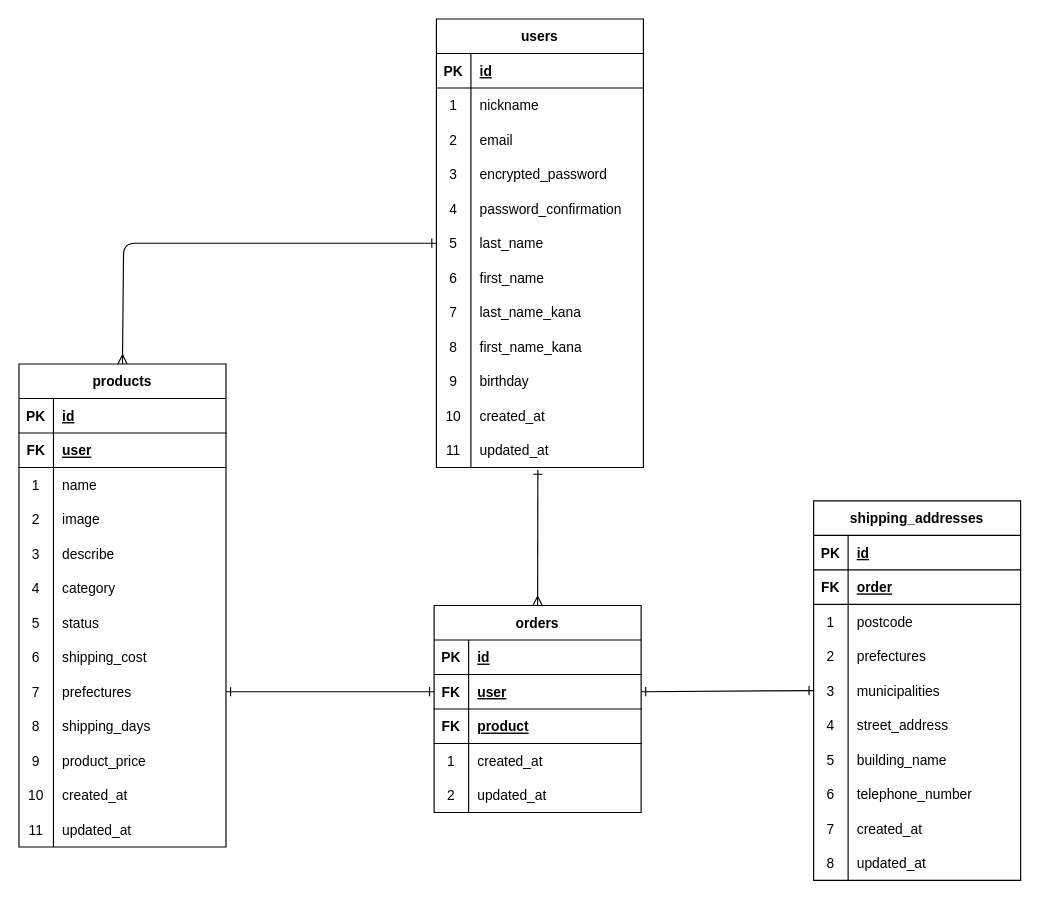
Before: test.dio in shigure5641/furima-40196, a draw.io diagram. Source tidied: cells renumbered, new cells numbered last; positions are measured from the earlier drawing's top-left corner, leaving out a move shared by most shapes. Both pictures are drawn from the tidied source at 115%, with x=0, y=0 at pixel (18, 18).
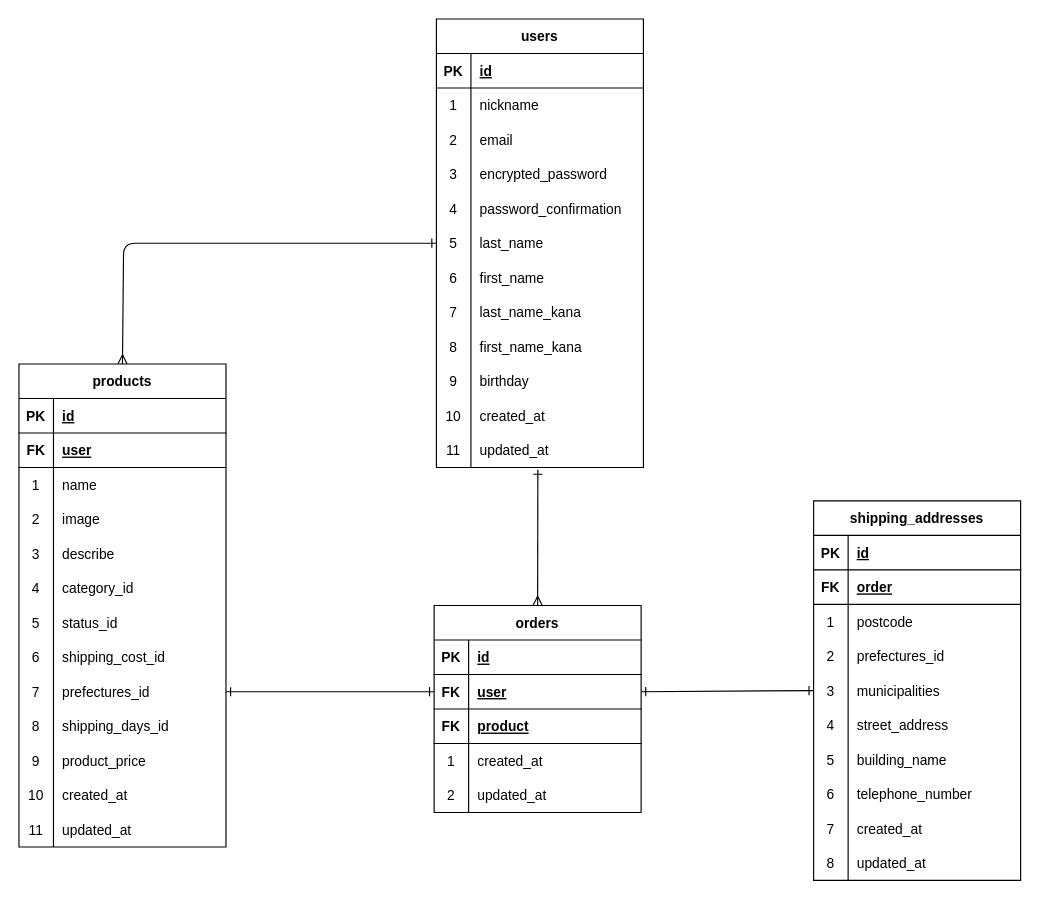
The same page after the edit.

Commit message (it also covers changes not shown here):
データベース設計情報の記載(修正版2)

Unchanged cells that the change refers to:
```xml
<mxCell id="54" style="shape=tableRow;horizontal=0;startSize=0;swimlaneHead=0;swimlaneBody=0;fillColor=none;top=0;left=0;right=0;bottom=0;" parent="44" vertex="1">
  <mxGeometry y="120" width="180" height="30" as="geometry" />
</mxCell>
<mxCell id="107" style="shape=tableRow;horizontal=0;startSize=0;swimlaneHead=0;swimlaneBody=0;fillColor=none;top=0;left=0;right=0;bottom=0;" parent="91" vertex="1">
  <mxGeometry y="180" width="180" height="30" as="geometry" />
</mxCell>
<mxCell id="110" style="shape=tableRow;horizontal=0;startSize=0;swimlaneHead=0;swimlaneBody=0;fillColor=none;top=0;left=0;right=0;bottom=0;" parent="91" vertex="1">
  <mxGeometry y="210" width="180" height="30" as="geometry" />
</mxCell>
<mxCell id="113" style="shape=tableRow;horizontal=0;startSize=0;swimlaneHead=0;swimlaneBody=0;fillColor=none;top=0;left=0;right=0;bottom=0;" parent="91" vertex="1">
  <mxGeometry y="240" width="180" height="30" as="geometry" />
</mxCell>
<mxCell id="116" style="shape=tableRow;horizontal=0;startSize=0;swimlaneHead=0;swimlaneBody=0;fillColor=none;points=[[0,0.5],[1,0.5]];portConstraint=eastwest;top=0;left=0;right=0;bottom=0;" parent="91" vertex="1">
  <mxGeometry y="270" width="180" height="30" as="geometry" />
</mxCell>
<mxCell id="119" style="shape=tableRow;horizontal=0;startSize=0;swimlaneHead=0;swimlaneBody=0;fillColor=none;top=0;left=0;right=0;bottom=0;" parent="91" vertex="1">
  <mxGeometry y="300" width="180" height="30" as="geometry" />
</mxCell>
```

The edit, as a diff of the source:
```diff
@@
-    <mxCell id="56" value="prefectures" style="shape=partialRectangle;fillColor=none;top=0;left=0;bottom=0;right=0;align=left;spacingLeft=6;overflow=hidden;" parent="54" vertex="1">
+    <mxCell id="56" value="prefectures_id" style="shape=partialRectangle;fillColor=none;top=0;left=0;bottom=0;right=0;align=left;spacingLeft=6;overflow=hidden;" parent="54" vertex="1">
       <mxGeometry x="30" width="150" height="30" as="geometry" />
     </mxCell>
@@
-    <mxCell id="109" value="category" style="shape=partialRectangle;fillColor=none;top=0;left=0;bottom=0;right=0;align=left;spacingLeft=6;overflow=hidden;" parent="107" vertex="1">
+    <mxCell id="109" value="category_id" style="shape=partialRectangle;fillColor=none;top=0;left=0;bottom=0;right=0;align=left;spacingLeft=6;overflow=hidden;" parent="107" vertex="1">
       <mxGeometry x="30" width="150" height="30" as="geometry" />
     </mxCell>
@@
-    <mxCell id="112" value="status" style="shape=partialRectangle;fillColor=none;top=0;left=0;bottom=0;right=0;align=left;spacingLeft=6;overflow=hidden;" parent="110" vertex="1">
+    <mxCell id="112" value="status_id" style="shape=partialRectangle;fillColor=none;top=0;left=0;bottom=0;right=0;align=left;spacingLeft=6;overflow=hidden;" parent="110" vertex="1">
       <mxGeometry x="30" width="150" height="30" as="geometry" />
     </mxCell>
@@
-    <mxCell id="115" value="shipping_cost" style="shape=partialRectangle;fillColor=none;top=0;left=0;bottom=0;right=0;align=left;spacingLeft=6;overflow=hidden;" parent="113" vertex="1">
+    <mxCell id="115" value="shipping_cost_id" style="shape=partialRectangle;fillColor=none;top=0;left=0;bottom=0;right=0;align=left;spacingLeft=6;overflow=hidden;" parent="113" vertex="1">
       <mxGeometry x="30" width="150" height="30" as="geometry" />
     </mxCell>
@@
-    <mxCell id="118" value="prefectures" style="shape=partialRectangle;fillColor=none;top=0;left=0;bottom=0;right=0;align=left;spacingLeft=6;overflow=hidden;" parent="116" vertex="1">
+    <mxCell id="118" value="prefectures_id" style="shape=partialRectangle;fillColor=none;top=0;left=0;bottom=0;right=0;align=left;spacingLeft=6;overflow=hidden;" parent="116" vertex="1">
       <mxGeometry x="30" width="150" height="30" as="geometry" />
     </mxCell>
@@
-    <mxCell id="121" value="shipping_days" style="shape=partialRectangle;fillColor=none;top=0;left=0;bottom=0;right=0;align=left;spacingLeft=6;overflow=hidden;" parent="119" vertex="1">
+    <mxCell id="121" value="shipping_days_id" style="shape=partialRectangle;fillColor=none;top=0;left=0;bottom=0;right=0;align=left;spacingLeft=6;overflow=hidden;" parent="119" vertex="1">
       <mxGeometry x="30" width="150" height="30" as="geometry" />
     </mxCell>
```
